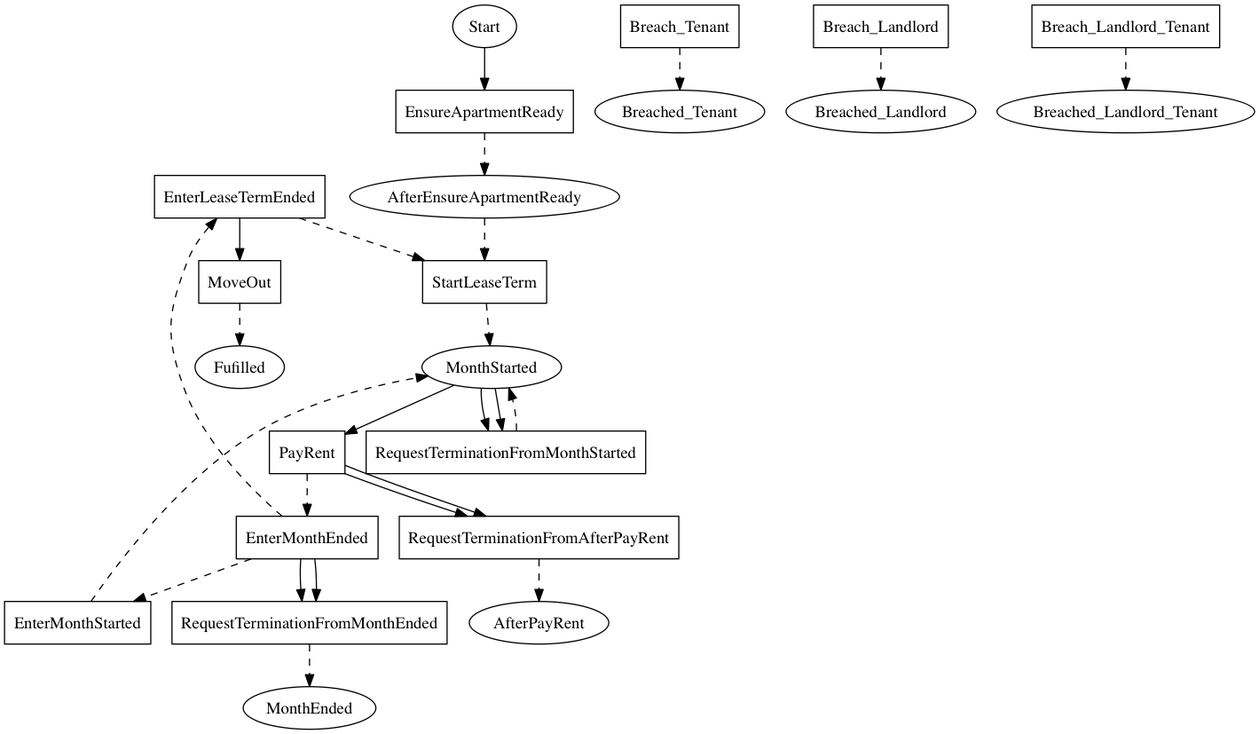
Marcao02/complaw-deeptech keeps this Graphviz diagram as linear_state_machine_language/pyL4/examples/out_graphviz/from_academic_lit/hvitved_lease.png. Above is the earlier version. Its source is kept beside it as linear_state_machine_language/pyL4/examples/out_graphviz/from_academic_lit/hvitved_lease.dot. Its diagram source:
```dot

digraph Lease_Hvitved {
    Fulfilled[label=Fufilled];
    Start[label=Start];
	AfterEnsureApartmentReady[label=AfterEnsureApartmentReady];
	MonthStarted[label=MonthStarted];
	Breached_Tenant[label=Breached_Tenant];
	Breached_Landlord[label=Breached_Landlord];
	Breached_Landlord_Tenant[label=Breached_Landlord_Tenant]


    RequestTerminationFromMonthStarted[label=RequestTerminationFromMonthStarted,shape=box];
	RequestTerminationFromAfterPayRent[label=RequestTerminationFromAfterPayRent,shape=box];
	RequestTerminationFromMonthEnded[label=RequestTerminationFromMonthEnded,shape=box];
	EnsureApartmentReady[label=EnsureApartmentReady,shape=box];
	StartLeaseTerm[label=StartLeaseTerm,shape=box];
	EnterMonthStarted[label=EnterMonthStarted,shape=box];
	PayRent[label=PayRent,shape=box];
	EnterMonthEnded[label=EnterMonthEnded,shape=box];
	EnterLeaseTermEnded[label=EnterLeaseTermEnded,shape=box];
	MoveOut[label=MoveOut,shape=box];
	Breach_Tenant[label=Breach_Tenant,shape=box];
	Breach_Landlord[label=Breach_Landlord,shape=box];
	Breach_Landlord_Tenant[label=Breach_Landlord_Tenant,shape=box]



    Start -> EnsureApartmentReady;
	AfterEnsureApartmentReady -> StartLeaseTerm [style=dashed];
	MonthStarted -> PayRent;
	MonthStarted -> RequestTerminationFromMonthStarted;
	MonthStarted -> RequestTerminationFromMonthStarted;
	PayRent -> EnterMonthEnded [style=dashed];
	PayRent -> RequestTerminationFromAfterPayRent;
	PayRent -> RequestTerminationFromAfterPayRent;
	EnterMonthEnded -> EnterLeaseTermEnded [style=dashed];
	EnterMonthEnded -> EnterMonthStarted [style=dashed];
	EnterMonthEnded -> RequestTerminationFromMonthEnded;
	EnterMonthEnded -> RequestTerminationFromMonthEnded;
	EnterLeaseTermEnded -> MoveOut;
	EnterLeaseTermEnded -> StartLeaseTerm [style=dashed]

    RequestTerminationFromMonthStarted -> MonthStarted [style=dashed];
	RequestTerminationFromAfterPayRent -> AfterPayRent [style=dashed];
	RequestTerminationFromMonthEnded -> MonthEnded [style=dashed];
	EnsureApartmentReady -> AfterEnsureApartmentReady [style=dashed];
	StartLeaseTerm -> MonthStarted [style=dashed];
	EnterMonthStarted -> MonthStarted [style=dashed];
	MoveOut -> Fulfilled [style=dashed];
	Breach_Tenant -> Breached_Tenant [style=dashed];
	Breach_Landlord -> Breached_Landlord [style=dashed];
	Breach_Landlord_Tenant -> Breached_Landlord_Tenant [style=dashed];



}
```
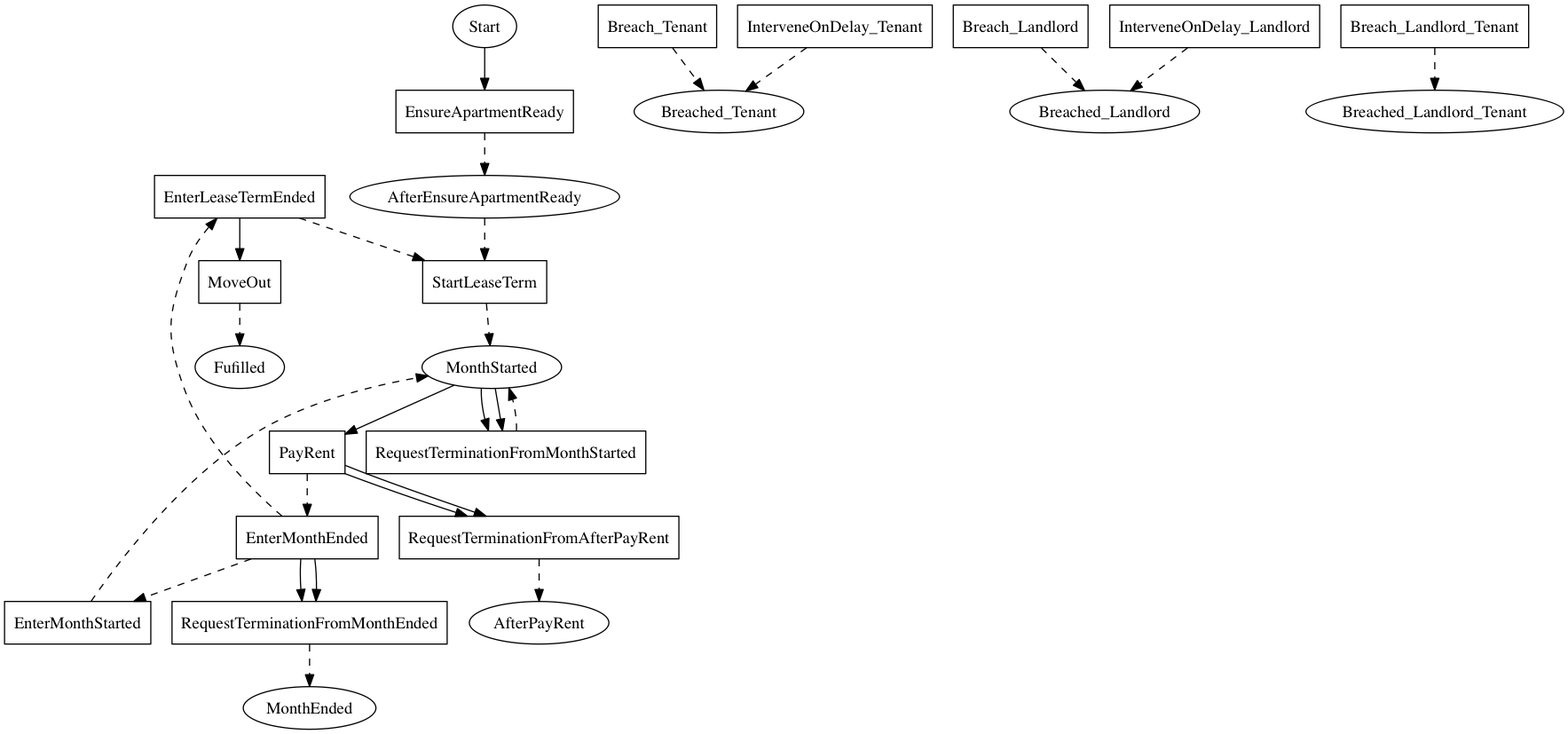
Later version of the same file.

Change to the diagram source:
```diff
@@ -21,7 +21,9 @@
 	MoveOut[label=MoveOut,shape=box];
 	Breach_Tenant[label=Breach_Tenant,shape=box];
 	Breach_Landlord[label=Breach_Landlord,shape=box];
-	Breach_Landlord_Tenant[label=Breach_Landlord_Tenant,shape=box]
+	Breach_Landlord_Tenant[label=Breach_Landlord_Tenant,shape=box];
+	InterveneOnDelay_Landlord[label=InterveneOnDelay_Landlord,shape=box];
+	InterveneOnDelay_Tenant[label=InterveneOnDelay_Tenant,shape=box]
 
 
 
@@ -50,6 +52,8 @@
 	Breach_Tenant -> Breached_Tenant [style=dashed];
 	Breach_Landlord -> Breached_Landlord [style=dashed];
 	Breach_Landlord_Tenant -> Breached_Landlord_Tenant [style=dashed];
+	InterveneOnDelay_Landlord -> Breached_Landlord [style=dashed];
+	InterveneOnDelay_Tenant -> Breached_Tenant [style=dashed];
 
 
 
```
